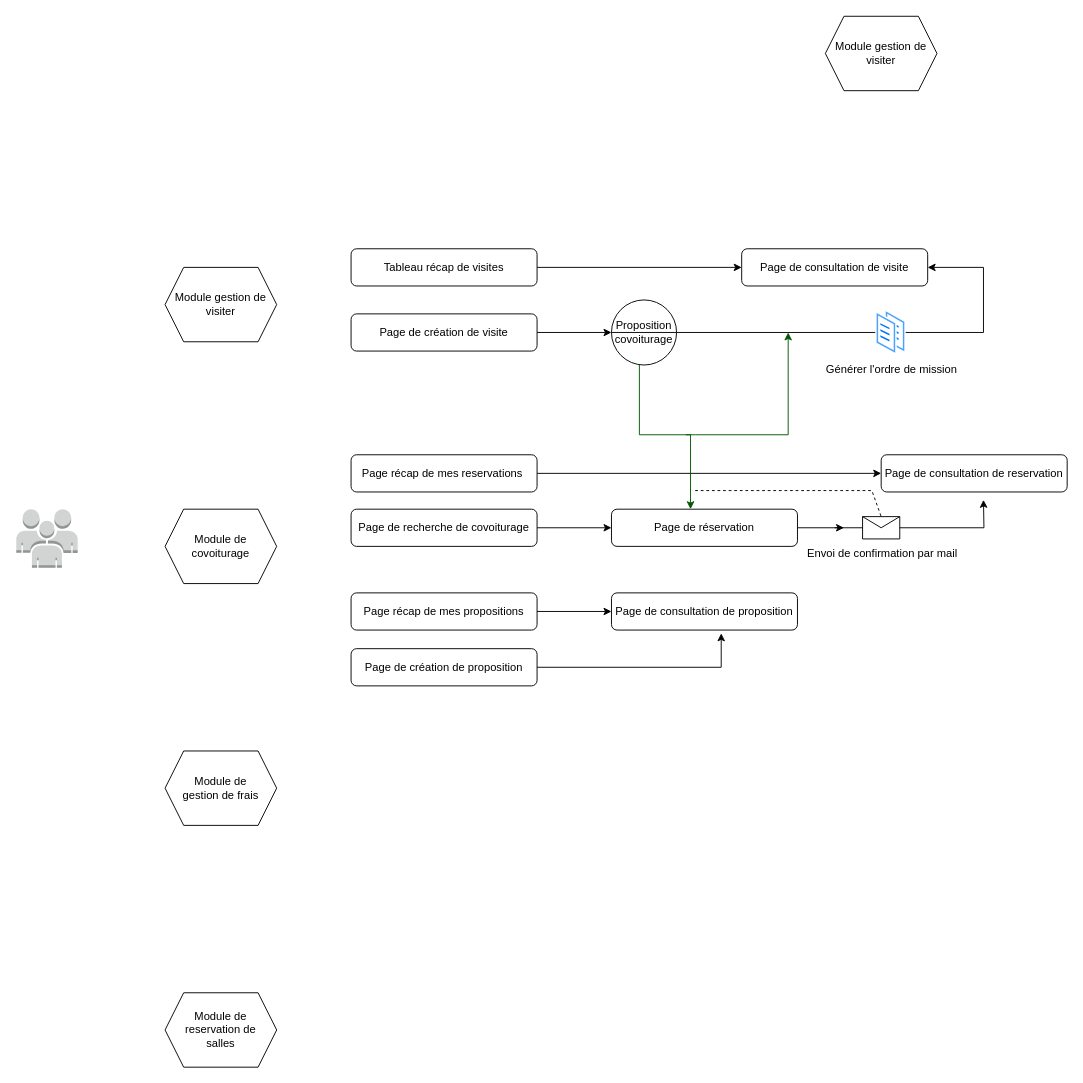
The draw.io diagram documentation/diagram.drawio in IlyasMohetna/GSB_laboratoire, before the edit. Source tidied: cells renumbered, new cells numbered last; positions are measured from the earlier drawing's top-left corner, leaving out a move shared by most shapes. Both pictures are drawn from the tidied source at 93%, with x=0, y=0 at pixel (16, 16).
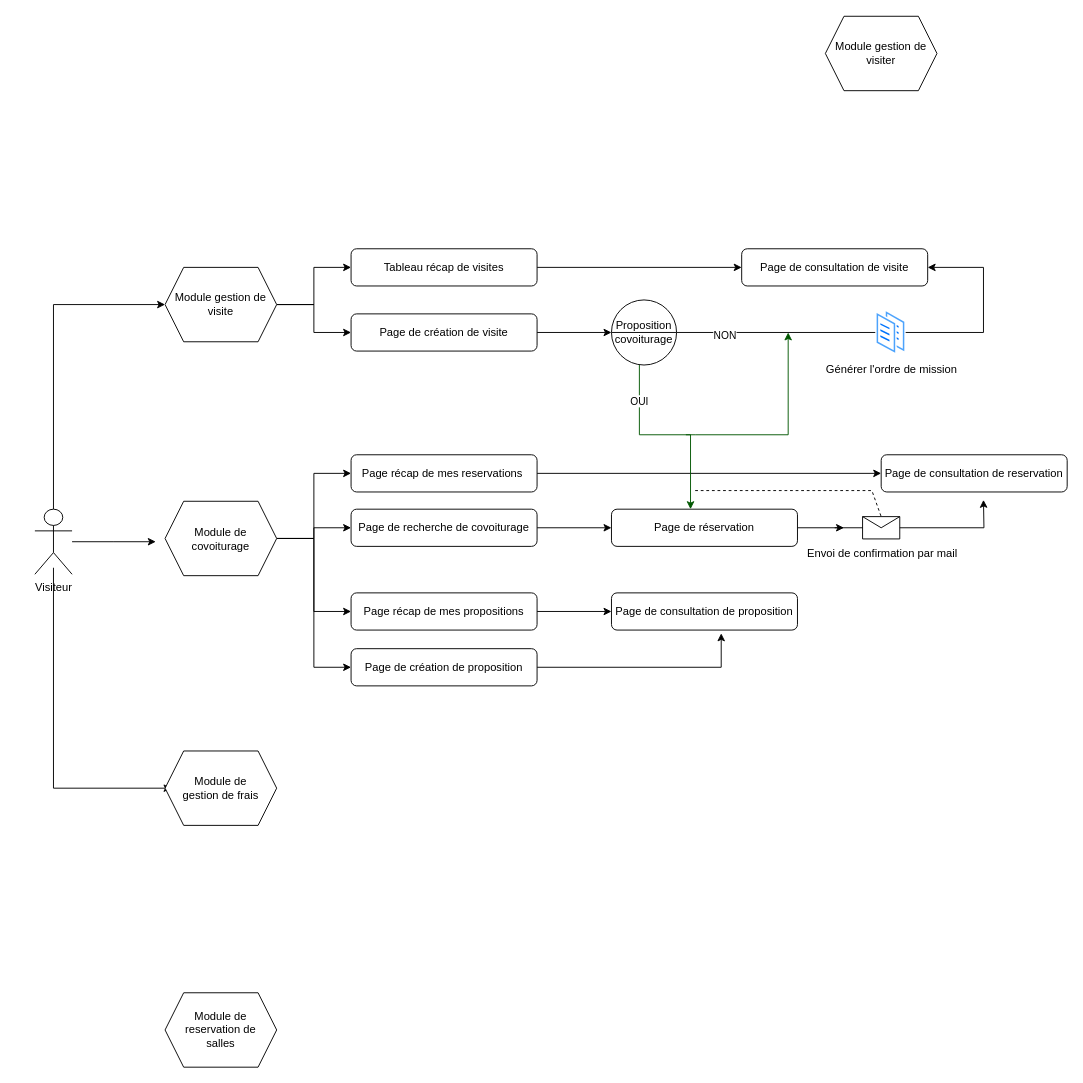
After the change.

Commit message:
Mettre à jour diagram.drawio

Unchanged cells that the change refers to:
```xml
<mxCell id="6" value="Page de création de visite" style="rounded=1;whiteSpace=wrap;html=1;" parent="1" vertex="1">
  <mxGeometry x="360" y="320" width="200" height="40" as="geometry" />
</mxCell>
<mxCell id="9" value="Tableau récap de visites" style="rounded=1;whiteSpace=wrap;html=1;" parent="1" vertex="1">
  <mxGeometry x="360" y="250" width="200" height="40" as="geometry" />
</mxCell>
<mxCell id="20" value="Page récap de mes reservations&amp;nbsp;" style="rounded=1;whiteSpace=wrap;html=1;" parent="1" vertex="1">
  <mxGeometry x="360" y="471.5" width="200" height="40" as="geometry" />
</mxCell>
<mxCell id="24" value="Page récap de mes propositions" style="rounded=1;whiteSpace=wrap;html=1;" parent="1" vertex="1">
  <mxGeometry x="360" y="620" width="200" height="40" as="geometry" />
</mxCell>
<mxCell id="26" value="Page de création de proposition" style="rounded=1;whiteSpace=wrap;html=1;" parent="1" vertex="1">
  <mxGeometry x="360" y="680" width="200" height="40" as="geometry" />
</mxCell>
<mxCell id="28" value="Page de recherche de covoiturage" style="rounded=1;whiteSpace=wrap;html=1;" parent="1" vertex="1">
  <mxGeometry x="360" y="530" width="200" height="40" as="geometry" />
</mxCell>
<mxCell id="29" style="edgeStyle=orthogonalEdgeStyle;rounded=0;jettySize=auto;html=1;entryX=1;entryY=0.5;entryDx=0;entryDy=0;" parent="1" edge="1" source="31" target="7">
  <mxGeometry relative="1" as="geometry">
    <Array as="points">
      <mxPoint x="1040" y="340" />
      <mxPoint x="1040" y="270" />
    </Array>
  </mxGeometry>
</mxCell>
<mxCell id="30" style="edgeStyle=orthogonalEdgeStyle;rounded=0;orthogonalLoop=1;jettySize=auto;html=1;fillColor=#008a00;strokeColor=#005700;" parent="1" edge="1">
  <mxGeometry relative="1" as="geometry">
    <mxPoint x="670" y="375" as="sourcePoint" />
    <mxPoint x="725" y="530" as="targetPoint" />
    <Array as="points">
      <mxPoint x="670" y="450" />
      <mxPoint x="725" y="450" />
    </Array>
  </mxGeometry>
</mxCell>
```

Change to the diagram source:
```diff
@@
-    <mxCell id="2" style="dashed=0;verticalLabelPosition=bottom;verticalAlign=top;align=center;html=1;shape=mxgraph.aws3.users;fillColor=#D2D3D3;gradientColor=none;" parent="1" vertex="1">
-      <mxGeometry y="530" width="66" height="63" as="geometry" />
-    </mxCell>
+    <mxCell id="38" style="edgeStyle=orthogonalEdgeStyle;rounded=0;jettySize=auto;html=1;entryX=0;entryY=0.5;entryDx=0;entryDy=0;" parent="1" edge="1" target="3">
+      <mxGeometry relative="1" as="geometry">
+        <mxPoint x="40" y="530" as="sourcePoint" />
+        <Array as="points">
+          <mxPoint x="40" y="310" />
+        </Array>
+      </mxGeometry>
+    </mxCell>
+    <mxCell id="39" style="edgeStyle=orthogonalEdgeStyle;rounded=0;orthogonalLoop=1;jettySize=auto;html=1;entryX=0;entryY=0.5;entryDx=0;entryDy=0;" parent="1" edge="1">
+      <mxGeometry relative="1" as="geometry">
+        <mxPoint x="40" y="593" as="sourcePoint" />
+        <mxPoint x="166.9" y="830" as="targetPoint" />
+        <Array as="points">
+          <mxPoint x="39.9" y="830" />
+        </Array>
+      </mxGeometry>
+    </mxCell>
+    <mxCell id="40" style="edgeStyle=orthogonalEdgeStyle;rounded=0;jettySize=auto;html=1;" parent="1" edge="1" source="3" target="9">
+      <mxGeometry relative="1" as="geometry" />
+    </mxCell>
+    <mxCell id="41" style="edgeStyle=orthogonalEdgeStyle;rounded=0;jettySize=auto;html=1;entryX=0;entryY=0.5;entryDx=0;entryDy=0;" parent="1" edge="1" source="3" target="6">
+      <mxGeometry relative="1" as="geometry" />
+    </mxCell>
-    <mxCell id="3" value="Module gestion de visiter" style="shape=hexagon;perimeter=hexagonPerimeter2;whiteSpace=wrap;html=1;fixedSize=1;" parent="1" vertex="1">
+    <mxCell id="3" value="Module gestion de visite" style="shape=hexagon;perimeter=hexagonPerimeter2;whiteSpace=wrap;html=1;fixedSize=1;" parent="1" vertex="1">
       <mxGeometry x="160" y="270" width="120" height="80" as="geometry" />
     </mxCell>
@@
+    <mxCell id="42" style="edgeStyle=orthogonalEdgeStyle;rounded=0;jettySize=auto;html=1;entryX=0;entryY=0.5;entryDx=0;entryDy=0;" parent="1" edge="1" source="10" target="20">
+      <mxGeometry relative="1" as="geometry" />
+    </mxCell>
+    <mxCell id="43" style="edgeStyle=orthogonalEdgeStyle;rounded=0;jettySize=auto;html=1;entryX=0;entryY=0.5;entryDx=0;entryDy=0;" parent="1" edge="1" source="10" target="28">
+      <mxGeometry relative="1" as="geometry" />
+    </mxCell>
+    <mxCell id="44" style="edgeStyle=orthogonalEdgeStyle;rounded=0;jettySize=auto;html=1;entryX=0;entryY=0.5;entryDx=0;entryDy=0;" parent="1" edge="1" source="10" target="24">
+      <mxGeometry relative="1" as="geometry" />
+    </mxCell>
+    <mxCell id="45" style="edgeStyle=orthogonalEdgeStyle;rounded=0;jettySize=auto;html=1;entryX=0;entryY=0.5;entryDx=0;entryDy=0;" parent="1" edge="1" source="10" target="26">
+      <mxGeometry relative="1" as="geometry" />
+    </mxCell>
     <mxCell id="10" value="Module de covoiturage" style="shape=hexagon;perimeter=hexagonPerimeter2;whiteSpace=wrap;html=1;fixedSize=1;" parent="1" vertex="1">
-      <mxGeometry x="160" y="530" width="120" height="80" as="geometry" />
+      <mxGeometry x="160" y="521.5" width="120" height="80" as="geometry" />
     </mxCell>
@@
+    <mxCell id="46" value="NON" style="edgeLabel;html=1;align=center;verticalAlign=middle;" parent="29" vertex="1">
+      <mxGeometry x="-0.78" y="-2" relative="1" as="geometry" />
+    </mxCell>
@@
+    <mxCell id="47" value="OUI" style="edgeLabel;html=1;align=center;verticalAlign=middle;" parent="30" vertex="1">
+      <mxGeometry x="-0.64" y="-1" relative="1" as="geometry" />
+    </mxCell>
@@
+    <mxCell id="48" style="edgeStyle=orthogonalEdgeStyle;rounded=0;jettySize=auto;html=1;" parent="1" edge="1" source="49">
+      <mxGeometry relative="1" as="geometry">
+        <mxPoint x="150" y="565" as="targetPoint" />
+      </mxGeometry>
+    </mxCell>
+    <mxCell id="49" value="Visiteur" style="shape=umlActor;verticalLabelPosition=bottom;verticalAlign=top;html=1;outlineConnect=0;" parent="1" vertex="1">
+      <mxGeometry x="20" y="530" width="40" height="70" as="geometry" />
+    </mxCell>
```
